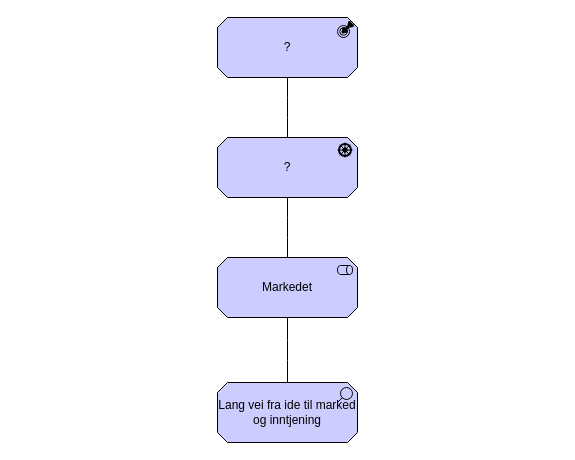
This is page "markedet-concern" (4 of 5) of docs/interessent/motivasjon-interessent.drawio from hdir/Digital-Forstelinje, a draw.io file, before an edit. Source tidied: cells renumbered, new cells numbered last; positions are measured from the earlier drawing's top-left corner, leaving out a move shared by most shapes. Both pictures are drawn from the tidied source at 100%, with x=0, y=0 at pixel (217, 17).
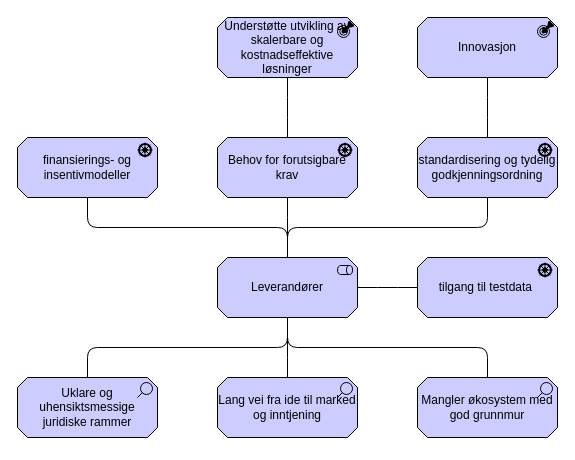
The same page after the edit.

Change to the diagram source:
```diff
@@
-    <mxCell id="2" value="Markedet" style="html=1;outlineConnect=0;whiteSpace=wrap;fillColor=#CCCCFF;shape=mxgraph.archimate3.application;appType=role;archiType=oct;" parent="1" vertex="1">
+    <mxCell id="2" value="Leverandører" style="html=1;outlineConnect=0;whiteSpace=wrap;fillColor=#CCCCFF;shape=mxgraph.archimate3.application;appType=role;archiType=oct;" parent="1" vertex="1">
       <mxGeometry y="240" width="140" height="60" as="geometry" />
     </mxCell>
-    <mxCell id="3" value="&lt;font face=&quot;Helvetica&quot; style=&quot;font-size: 12px;&quot;&gt;?&lt;/font&gt;" style="html=1;outlineConnect=0;whiteSpace=wrap;fillColor=#CCCCFF;shape=mxgraph.archimate3.application;appType=driver;archiType=oct;" parent="1" vertex="1">
+    <mxCell id="3" value="&lt;font style=&quot;font-size: 12px;&quot; face=&quot;Helvetica&quot;&gt;Behov for forutsigbare krav&lt;/font&gt;" style="html=1;outlineConnect=0;whiteSpace=wrap;fillColor=#CCCCFF;shape=mxgraph.archimate3.application;appType=driver;archiType=oct;" parent="1" vertex="1">
       <mxGeometry y="120" width="140" height="60" as="geometry" />
     </mxCell>
     <mxCell id="4" value="Lang vei fra ide til marked og inntjening" style="html=1;outlineConnect=0;whiteSpace=wrap;fillColor=#CCCCFF;shape=mxgraph.archimate3.application;appType=assess;archiType=oct;" parent="1" vertex="1">
-      <mxGeometry y="365" width="140" height="60" as="geometry" />
+      <mxGeometry y="360" width="140" height="60" as="geometry" />
     </mxCell>
-    <mxCell id="5" value="?" style="html=1;outlineConnect=0;whiteSpace=wrap;fillColor=#CCCCFF;shape=mxgraph.archimate3.application;appType=outcome;archiType=oct;" parent="1" vertex="1">
+    <mxCell id="5" value="&lt;font style=&quot;font-size: 12px;&quot;&gt;Understøtte utvikling av skalerbare og kostnadseffektive løsninger&lt;/font&gt;" style="html=1;outlineConnect=0;whiteSpace=wrap;fillColor=#CCCCFF;shape=mxgraph.archimate3.application;appType=outcome;archiType=oct;" parent="1" vertex="1">
       <mxGeometry width="140" height="60" as="geometry" />
     </mxCell>
@@
+    <mxCell id="9" value="&lt;font style=&quot;font-size: 12px;&quot;&gt;standardisering og tydelig godkjenningsordning&lt;/font&gt;" style="html=1;outlineConnect=0;whiteSpace=wrap;fillColor=#CCCCFF;shape=mxgraph.archimate3.application;appType=driver;archiType=oct;" parent="1" vertex="1">
+      <mxGeometry x="200" y="120" width="140" height="60" as="geometry" />
+    </mxCell>
+    <mxCell id="10" value="&lt;font style=&quot;font-size: 12px;&quot; face=&quot;Helvetica&quot;&gt;finansierings- og insentivmodeller&lt;/font&gt;" style="html=1;outlineConnect=0;whiteSpace=wrap;fillColor=#CCCCFF;shape=mxgraph.archimate3.application;appType=driver;archiType=oct;" parent="1" vertex="1">
+      <mxGeometry x="-200" y="120" width="140" height="60" as="geometry" />
+    </mxCell>
+    <mxCell id="11" value="&lt;font style=&quot;font-size: 12px;&quot;&gt;tilgang til testdata&amp;nbsp;&lt;/font&gt;" style="html=1;outlineConnect=0;whiteSpace=wrap;fillColor=#CCCCFF;shape=mxgraph.archimate3.application;appType=driver;archiType=oct;" parent="1" vertex="1">
+      <mxGeometry x="200" y="240" width="140" height="60" as="geometry" />
+    </mxCell>
+    <mxCell id="12" value="Innovasjon" style="html=1;outlineConnect=0;whiteSpace=wrap;fillColor=#CCCCFF;shape=mxgraph.archimate3.application;appType=outcome;archiType=oct;" parent="1" vertex="1">
+      <mxGeometry x="200" width="140" height="60" as="geometry" />
+    </mxCell>
+    <mxCell id="13" style="edgeStyle=elbowEdgeStyle;html=1;endArrow=none;elbow=vertical;entryX=0.5;entryY=0;entryDx=0;entryDy=0;entryPerimeter=0;" parent="1" edge="1" source="10" target="2">
+      <mxGeometry relative="1" as="geometry" />
+    </mxCell>
+    <mxCell id="14" style="edgeStyle=elbowEdgeStyle;html=1;endArrow=none;elbow=vertical;exitX=0.5;exitY=1;exitDx=0;exitDy=0;exitPerimeter=0;entryX=0.5;entryY=0;entryDx=0;entryDy=0;entryPerimeter=0;" parent="1" edge="1" source="9" target="2">
+      <mxGeometry relative="1" as="geometry" />
+    </mxCell>
+    <mxCell id="15" style="edgeStyle=elbowEdgeStyle;html=1;endArrow=none;elbow=vertical;exitX=0;exitY=0.5;exitDx=0;exitDy=0;exitPerimeter=0;entryX=1;entryY=0.5;entryDx=0;entryDy=0;entryPerimeter=0;" parent="1" edge="1" source="11" target="2">
+      <mxGeometry relative="1" as="geometry" />
+    </mxCell>
+    <mxCell id="16" value="Mangler økosystem med god grunnmur" style="html=1;outlineConnect=0;whiteSpace=wrap;fillColor=#CCCCFF;shape=mxgraph.archimate3.application;appType=assess;archiType=oct;" parent="1" vertex="1">
+      <mxGeometry x="200" y="360" width="140" height="60" as="geometry" />
+    </mxCell>
+    <mxCell id="17" value="Uklare og uhensiktsmessige juridiske rammer" style="html=1;outlineConnect=0;whiteSpace=wrap;fillColor=#CCCCFF;shape=mxgraph.archimate3.application;appType=assess;archiType=oct;" parent="1" vertex="1">
+      <mxGeometry x="-200" y="360" width="140" height="60" as="geometry" />
+    </mxCell>
+    <mxCell id="18" style="edgeStyle=elbowEdgeStyle;html=1;endArrow=none;elbow=vertical;exitX=0.5;exitY=0;exitDx=0;exitDy=0;exitPerimeter=0;entryX=0.5;entryY=1;entryDx=0;entryDy=0;entryPerimeter=0;" parent="1" edge="1" source="9" target="12">
+      <mxGeometry relative="1" as="geometry" />
+    </mxCell>
+    <mxCell id="19" style="edgeStyle=elbowEdgeStyle;html=1;endArrow=none;elbow=vertical;exitX=0.5;exitY=1;exitDx=0;exitDy=0;exitPerimeter=0;entryX=0.5;entryY=0;entryDx=0;entryDy=0;entryPerimeter=0;" parent="1" edge="1" source="2" target="17">
+      <mxGeometry relative="1" as="geometry" />
+    </mxCell>
+    <mxCell id="20" style="edgeStyle=elbowEdgeStyle;html=1;endArrow=none;elbow=vertical;exitX=0.5;exitY=1;exitDx=0;exitDy=0;exitPerimeter=0;entryX=0.5;entryY=0;entryDx=0;entryDy=0;entryPerimeter=0;" parent="1" edge="1" source="2" target="16">
+      <mxGeometry relative="1" as="geometry" />
+    </mxCell>
```
